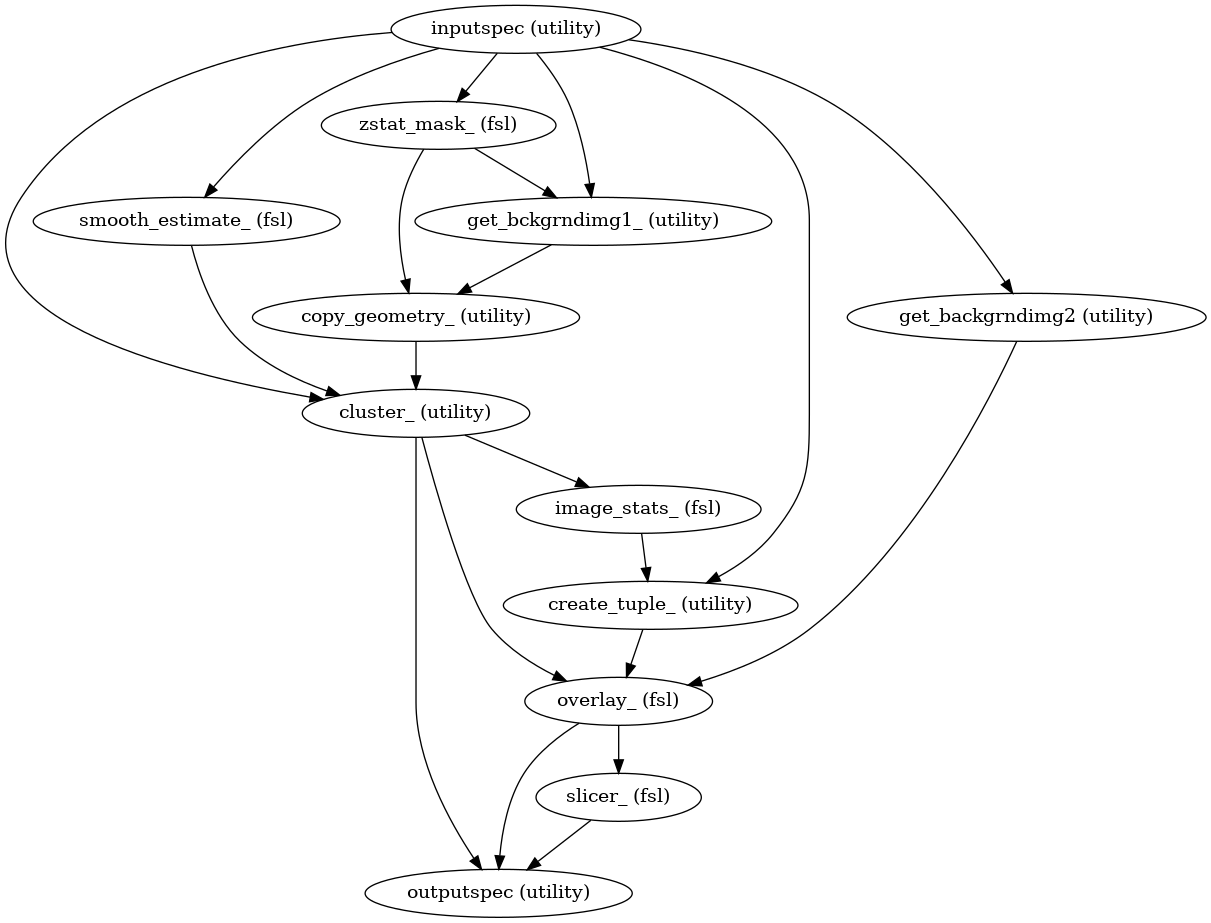
Above: docs/nightly/developer/workflows/images/generated/easy_thresh.png in FCP-INDI/fcp-indi.github.io (Graphviz), before the change. Its source is kept beside it as docs/nightly/developer/workflows/images/generated/easy_thresh.dot.
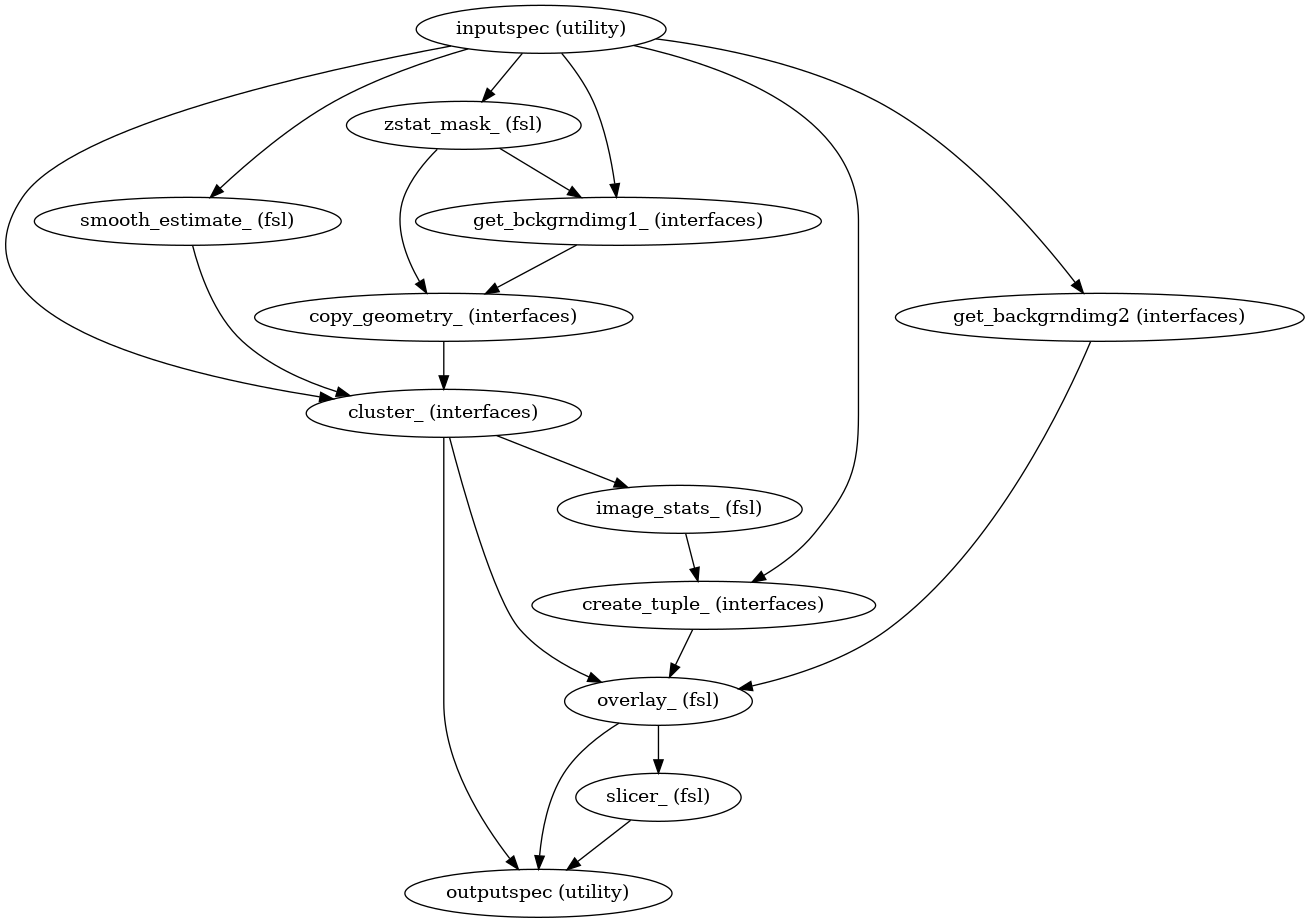
The same file after the commit.

What changed in the source:
```diff
@@ -1,33 +1,33 @@
-strict digraph  {
+strict digraph {
 "inputspec (utility)";
 "smooth_estimate_ (fsl)";
 "zstat_mask_ (fsl)";
-"get_bckgrndimg1_ (utility)";
-"cluster_ (utility)";
-"create_tuple_ (utility)";
-"get_backgrndimg2 (utility)";
-"copy_geometry_ (utility)";
+"get_bckgrndimg1_ (interfaces)";
+"cluster_ (interfaces)";
+"create_tuple_ (interfaces)";
+"get_backgrndimg2 (interfaces)";
+"copy_geometry_ (interfaces)";
 "image_stats_ (fsl)";
 "overlay_ (fsl)";
 "outputspec (utility)";
 "slicer_ (fsl)";
 "inputspec (utility)" -> "smooth_estimate_ (fsl)";
 "inputspec (utility)" -> "zstat_mask_ (fsl)";
-"inputspec (utility)" -> "get_bckgrndimg1_ (utility)";
-"inputspec (utility)" -> "cluster_ (utility)";
-"inputspec (utility)" -> "create_tuple_ (utility)";
-"inputspec (utility)" -> "get_backgrndimg2 (utility)";
-"smooth_estimate_ (fsl)" -> "cluster_ (utility)";
-"zstat_mask_ (fsl)" -> "get_bckgrndimg1_ (utility)";
-"zstat_mask_ (fsl)" -> "copy_geometry_ (utility)";
-"get_bckgrndimg1_ (utility)" -> "copy_geometry_ (utility)";
-"cluster_ (utility)" -> "image_stats_ (fsl)";
-"cluster_ (utility)" -> "overlay_ (fsl)";
-"cluster_ (utility)" -> "outputspec (utility)";
-"create_tuple_ (utility)" -> "overlay_ (fsl)";
-"get_backgrndimg2 (utility)" -> "overlay_ (fsl)";
-"copy_geometry_ (utility)" -> "cluster_ (utility)";
-"image_stats_ (fsl)" -> "create_tuple_ (utility)";
+"inputspec (utility)" -> "get_bckgrndimg1_ (interfaces)";
+"inputspec (utility)" -> "cluster_ (interfaces)";
+"inputspec (utility)" -> "create_tuple_ (interfaces)";
+"inputspec (utility)" -> "get_backgrndimg2 (interfaces)";
+"smooth_estimate_ (fsl)" -> "cluster_ (interfaces)";
+"zstat_mask_ (fsl)" -> "get_bckgrndimg1_ (interfaces)";
+"zstat_mask_ (fsl)" -> "copy_geometry_ (interfaces)";
+"get_bckgrndimg1_ (interfaces)" -> "copy_geometry_ (interfaces)";
+"cluster_ (interfaces)" -> "image_stats_ (fsl)";
+"cluster_ (interfaces)" -> "overlay_ (fsl)";
+"cluster_ (interfaces)" -> "outputspec (utility)";
+"create_tuple_ (interfaces)" -> "overlay_ (fsl)";
+"get_backgrndimg2 (interfaces)" -> "overlay_ (fsl)";
+"copy_geometry_ (interfaces)" -> "cluster_ (interfaces)";
+"image_stats_ (fsl)" -> "create_tuple_ (interfaces)";
 "overlay_ (fsl)" -> "slicer_ (fsl)";
 "overlay_ (fsl)" -> "outputspec (utility)";
 "slicer_ (fsl)" -> "outputspec (utility)";
```
